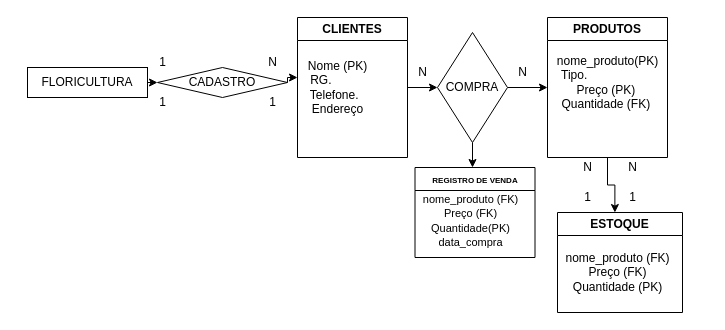
Before: Diagrama sem nome.drawio in willtinoco97/Banco-de-Dados, a draw.io diagram. Source tidied: cells renumbered, new cells numbered last; positions are measured from the earlier drawing's top-left corner, leaving out a move shared by most shapes. Both pictures are drawn from the tidied source at 100%, with x=0, y=0 at pixel (27, 17).
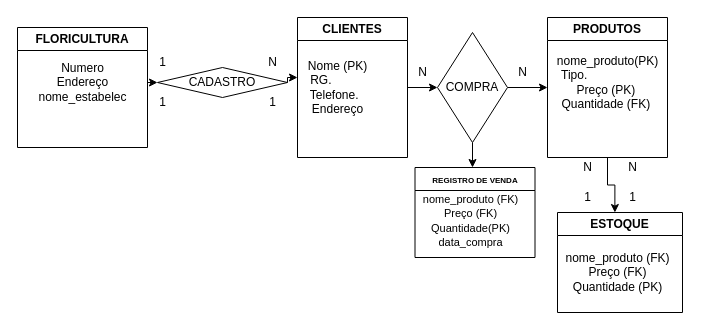
Above is the later version.

Unchanged cells that the change refers to:
```xml
<mxCell id="16" value="CADASTRO" style="rhombus;whiteSpace=wrap;html=1;" parent="1" vertex="1">
  <mxGeometry x="130" y="50" width="130" height="30" as="geometry" />
</mxCell>
```

The edit, as a diff of the source:
```diff
@@
-    <mxCell id="2" style="edgeStyle=orthogonalEdgeStyle;rounded=0;jettySize=auto;html=1;exitX=1;exitY=0.5;exitDx=0;exitDy=0;entryX=0;entryY=0.5;entryDx=0;entryDy=0;" parent="1" edge="1" source="3" target="16">
-      <mxGeometry relative="1" as="geometry" />
+    <mxCell id="2" style="edgeStyle=orthogonalEdgeStyle;rounded=0;jettySize=auto;html=1;exitX=1;exitY=0.5;exitDx=0;exitDy=0;entryX=0;entryY=0.5;entryDx=0;entryDy=0;" parent="1" edge="1" target="16">
+      <mxGeometry relative="1" as="geometry">
+        <mxPoint x="120" y="65" as="sourcePoint" />
+      </mxGeometry>
     </mxCell>
-    <mxCell id="3" value="FLORICULTURA" style="rounded=0;whiteSpace=wrap;html=1;" parent="1" vertex="1">
-      <mxGeometry y="50" width="120" height="30" as="geometry" />
-    </mxCell>
@@
+    <mxCell id="3" value="FLORICULTURA" style="swimlane;whiteSpace=wrap;html=1;" parent="1" vertex="1">
+      <mxGeometry x="-10" y="10" width="130" height="120" as="geometry" />
+    </mxCell>
+    <mxCell id="29" value="Numero&lt;br&gt;Endereço&lt;br&gt;nome_estabelec" style="text;html=1;align=center;verticalAlign=middle;strokeColor=none;fillColor=none;" parent="3" vertex="1">
+      <mxGeometry x="10" y="25" width="110" height="60" as="geometry" />
+    </mxCell>
```
